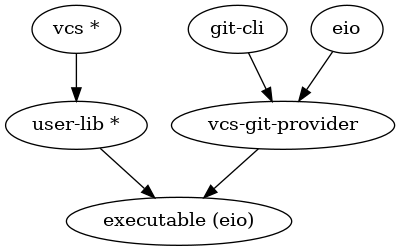
This is doc/diagram/gitcli.png from mbarbin/vcs, a Graphviz export, as it was before one commit. Its source is kept beside it as doc/diagram/gitcli.dot.
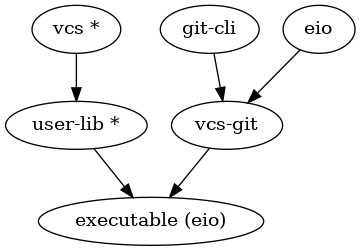
The same diagram one commit later.

Diff of the diagram source:
```diff
@@ -1,7 +1,7 @@
 digraph G {
     "vcs *" -> "user-lib *";
     "user-lib *" -> "executable (eio)";
-    "git-cli" -> "vcs-git-provider";
-    eio -> "vcs-git-provider";
-    "vcs-git-provider" -> "executable (eio)";
+    "git-cli" -> "vcs-git";
+    eio -> "vcs-git";
+    "vcs-git" -> "executable (eio)";
 }
```
